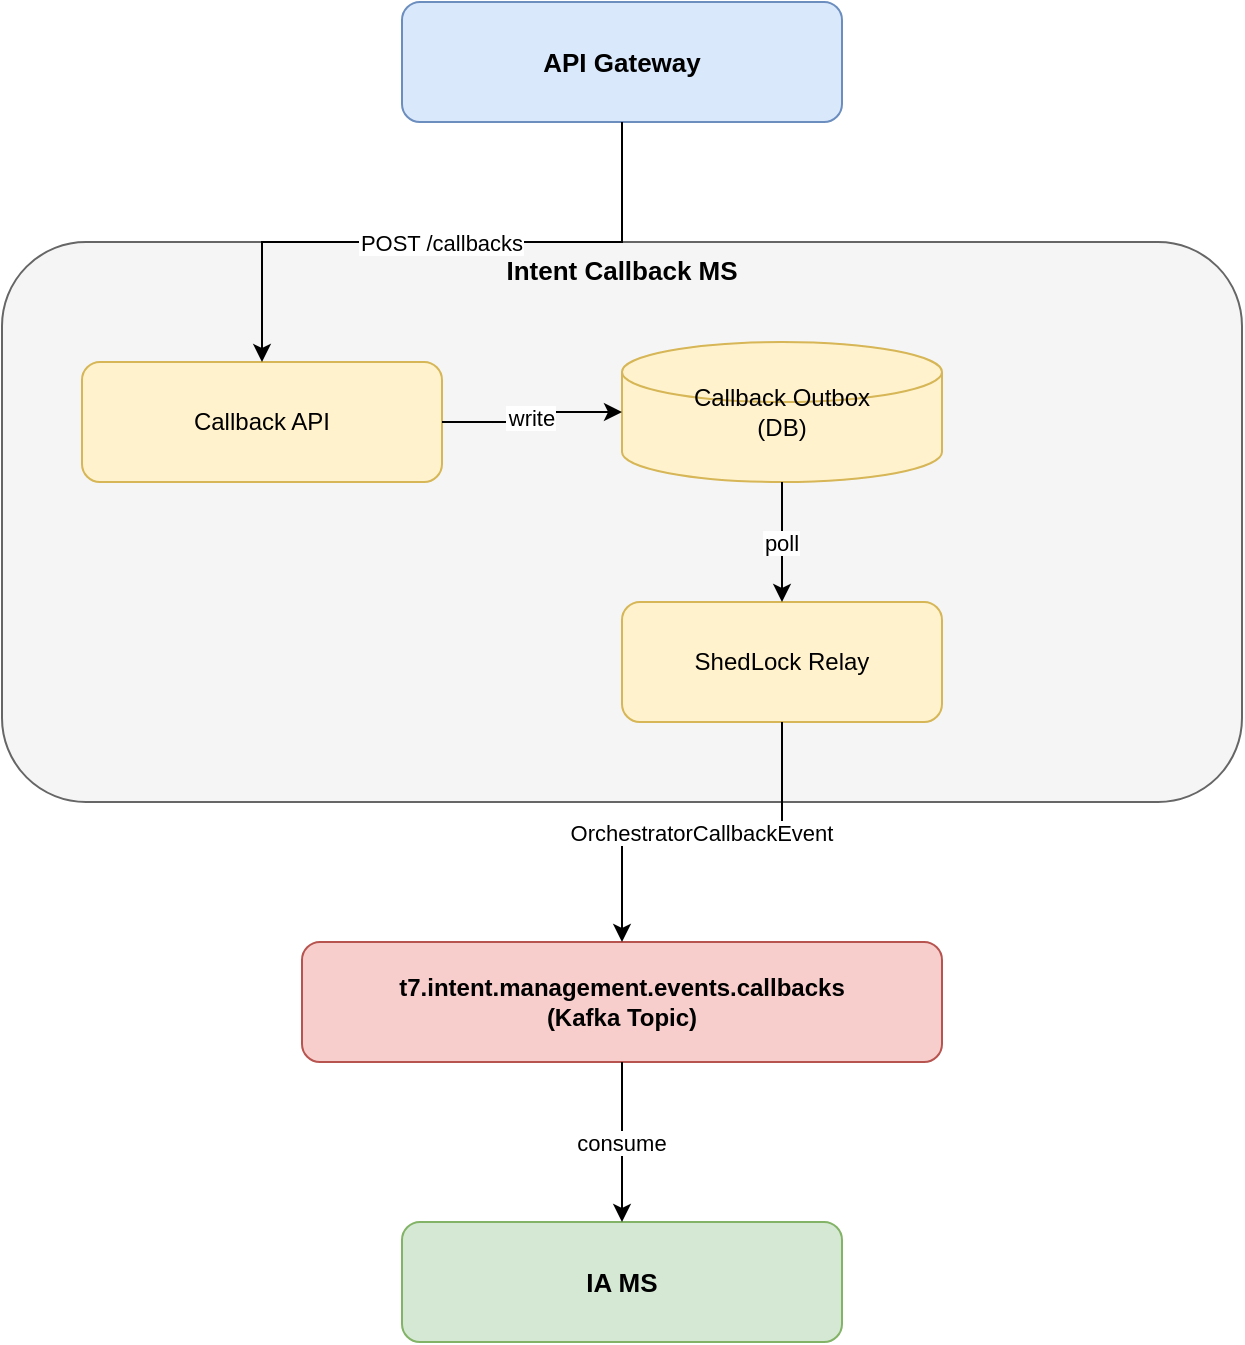
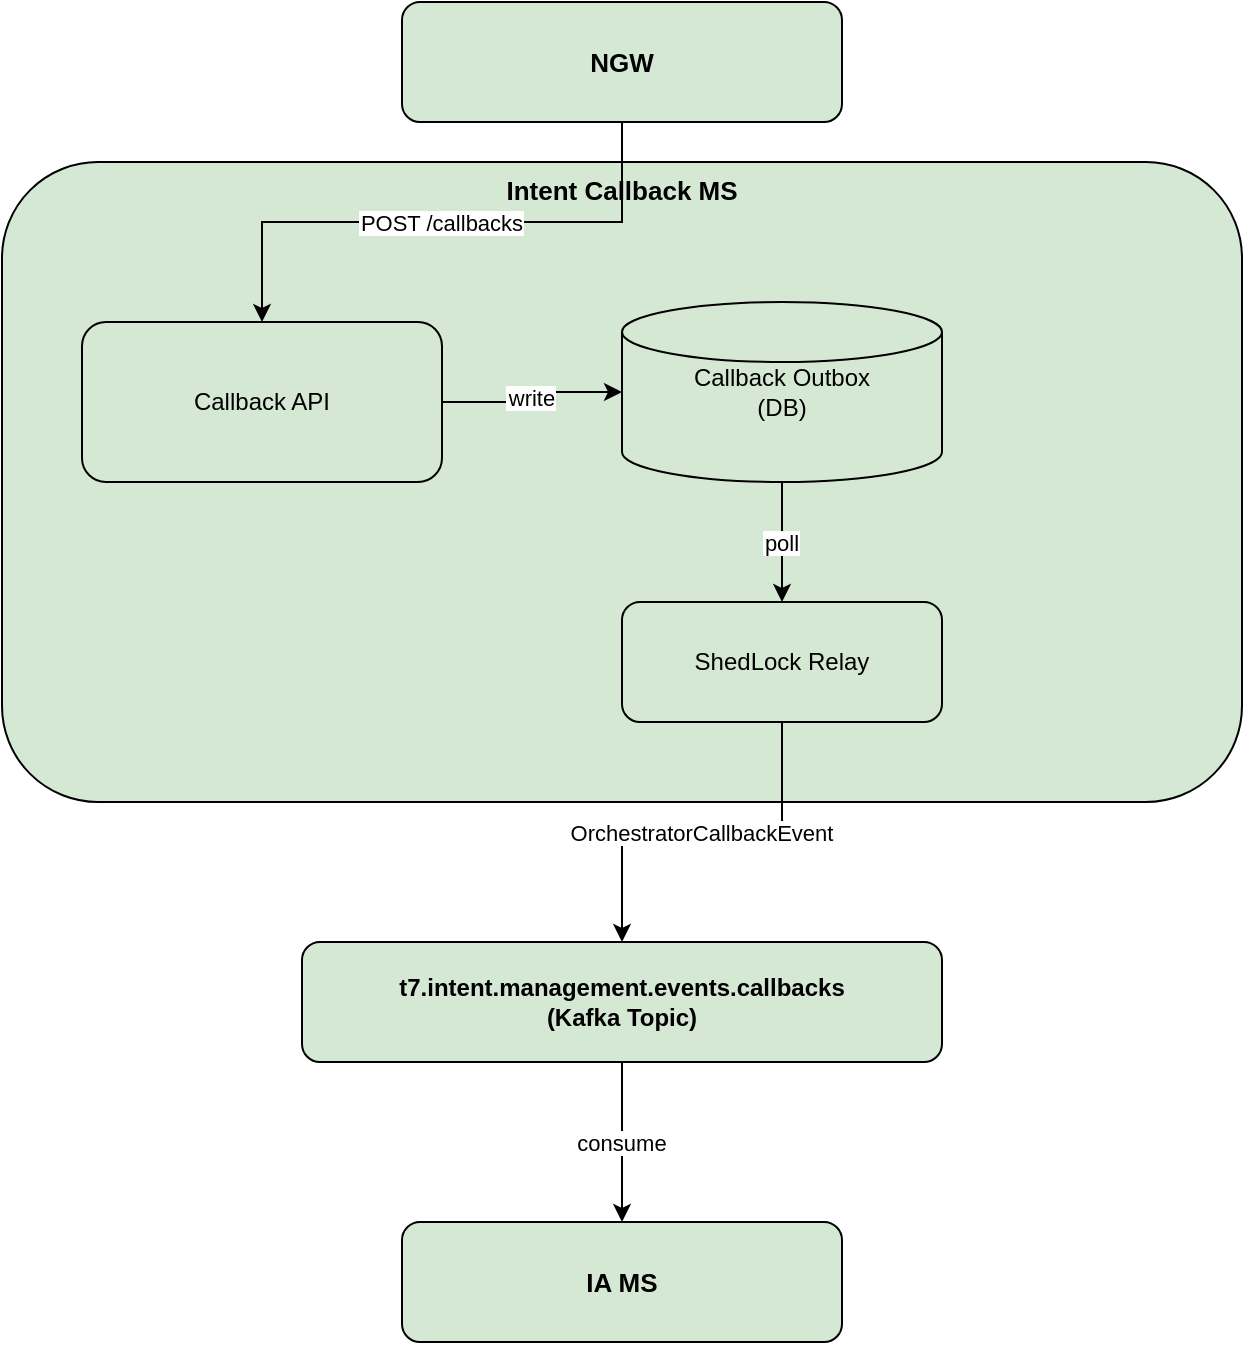
- <mxfile host="app.diagrams.net" version="21.0.0">
-   <diagram name="ICB MS Logical View">
-     <mxGraphModel dx="1200" dy="800" grid="1" gridSize="10" guides="1" tooltips="1" connect="1" arrows="1" fold="1" page="1" pageScale="1" pageWidth="1169" pageHeight="827" math="0" shadow="0">
-       <root>
-         <mxCell id="0" />
-         <mxCell id="1" parent="0" />
- 
-         <!-- API Gateway -->
-         <mxCell id="2" value="API Gateway" style="rounded=1;whiteSpace=wrap;html=1;fillColor=#dae8fc;strokeColor=#6c8ebf;fontStyle=1;fontSize=13;" vertex="1" parent="1">
-           <mxGeometry x="400" y="40" width="220" height="60" as="geometry" />
-         </mxCell>
- 
-         <!-- Intent Callback MS container -->
-         <mxCell id="3" value="Intent Callback MS" style="rounded=1;whiteSpace=wrap;html=1;fillColor=#f5f5f5;strokeColor=#666666;fontStyle=1;fontSize=13;verticalAlign=top;" vertex="1" parent="1">
-           <mxGeometry x="200" y="160" width="620" height="280" as="geometry" />
-         </mxCell>
- 
-         <!-- Callback API -->
-         <mxCell id="4" value="Callback API" style="rounded=1;whiteSpace=wrap;html=1;fillColor=#fff2cc;strokeColor=#d6b656;fontSize=12;" vertex="1" parent="1">
-           <mxGeometry x="240" y="220" width="180" height="60" as="geometry" />
-         </mxCell>
- 
-         <!-- Callback Outbox DB -->
-         <mxCell id="5" value="Callback Outbox&#xa;(DB)" style="shape=cylinder3;whiteSpace=wrap;html=1;fillColor=#fff2cc;strokeColor=#d6b656;fontSize=12;" vertex="1" parent="1">
-           <mxGeometry x="510" y="210" width="160" height="70" as="geometry" />
-         </mxCell>
- 
-         <!-- ShedLock Relay -->
-         <mxCell id="6" value="ShedLock Relay" style="rounded=1;whiteSpace=wrap;html=1;fillColor=#fff2cc;strokeColor=#d6b656;fontSize=12;" vertex="1" parent="1">
-           <mxGeometry x="510" y="340" width="160" height="60" as="geometry" />
-         </mxCell>
- 
-         <!-- Kafka Topic -->
-         <mxCell id="7" value="t7.intent.management.events.callbacks&#xa;(Kafka Topic)" style="rounded=1;whiteSpace=wrap;html=1;fillColor=#f8cecc;strokeColor=#b85450;fontStyle=1;fontSize=12;" vertex="1" parent="1">
-           <mxGeometry x="350" y="510" width="320" height="60" as="geometry" />
-         </mxCell>
- 
-         <!-- IA MS -->
-         <mxCell id="8" value="IA MS" style="rounded=1;whiteSpace=wrap;html=1;fillColor=#d5e8d4;strokeColor=#82b366;fontStyle=1;fontSize=13;" vertex="1" parent="1">
-           <mxGeometry x="400" y="650" width="220" height="60" as="geometry" />
-         </mxCell>
- 
-         <!-- Arrows -->
- 
-         <!-- Gateway to Callback API -->
-         <mxCell id="9" value="POST /callbacks" style="edgeStyle=orthogonalEdgeStyle;rounded=0;orthogonalLoop=1;jettySize=auto;exitX=0.5;exitY=1;entryX=0.5;entryY=0;fontSize=11;" edge="1" source="2" target="4" parent="1">
-           <mxGeometry relative="1" as="geometry" />
-         </mxCell>
- 
-         <!-- Callback API to Outbox -->
-         <mxCell id="10" value="write" style="edgeStyle=orthogonalEdgeStyle;rounded=0;fontSize=11;" edge="1" source="4" target="5" parent="1">
-           <mxGeometry relative="1" as="geometry" />
-         </mxCell>
- 
-         <!-- Outbox to ShedLock -->
-         <mxCell id="11" value="poll" style="edgeStyle=orthogonalEdgeStyle;rounded=0;fontSize=11;" edge="1" source="5" target="6" parent="1">
-           <mxGeometry relative="1" as="geometry" />
-         </mxCell>
- 
-         <!-- ShedLock to Kafka -->
-         <mxCell id="12" value="OrchestratorCallbackEvent" style="edgeStyle=orthogonalEdgeStyle;rounded=0;fontSize=11;" edge="1" source="6" target="7" parent="1">
-           <mxGeometry relative="1" as="geometry" />
-         </mxCell>
- 
-         <!-- Kafka to IA MS -->
-         <mxCell id="13" value="consume" style="edgeStyle=orthogonalEdgeStyle;rounded=0;fontSize=11;" edge="1" source="7" target="8" parent="1">
-           <mxGeometry relative="1" as="geometry" />
-         </mxCell>
- 
-       </root>
-     </mxGraphModel>
-   </diagram>
+ <mxfile host="65bd71144e">
+     <diagram name="ICB MS Logical View" id="0">
+         <mxGraphModel dx="692" dy="633" grid="1" gridSize="10" guides="1" tooltips="1" connect="1" arrows="1" fold="1" page="1" pageScale="1" pageWidth="1169" pageHeight="827" math="0" shadow="0">
+             <root>
+                 <mxCell id="0"/>
+                 <mxCell id="1" parent="0"/>
+                 <mxCell id="2" value="NGW" style="rounded=1;whiteSpace=wrap;html=1;fillColor=#d5e8d4;strokeColor=default;fontStyle=1;fontSize=13;" parent="1" vertex="1">
+                     <mxGeometry x="400" y="40" width="220" height="60" as="geometry"/>
+                 </mxCell>
+                 <mxCell id="3" value="Intent Callback MS" style="rounded=1;whiteSpace=wrap;html=1;fillColor=#d5e8d4;strokeColor=default;fontStyle=1;fontSize=13;verticalAlign=top;" parent="1" vertex="1">
+                     <mxGeometry x="200" y="120" width="620" height="320" as="geometry"/>
+                 </mxCell>
+                 <mxCell id="4" value="Callback API" style="rounded=1;whiteSpace=wrap;html=1;fillColor=#d5e8d4;strokeColor=default;fontSize=12;" parent="1" vertex="1">
+                     <mxGeometry x="240" y="200" width="180" height="80" as="geometry"/>
+                 </mxCell>
+                 <mxCell id="5" value="Callback Outbox&#xa;(DB)" style="shape=cylinder3;whiteSpace=wrap;html=1;fillColor=#d5e8d4;strokeColor=default;fontSize=12;" parent="1" vertex="1">
+                     <mxGeometry x="510" y="190" width="160" height="90" as="geometry"/>
+                 </mxCell>
+                 <mxCell id="6" value="ShedLock Relay" style="rounded=1;whiteSpace=wrap;html=1;fillColor=#d5e8d4;strokeColor=default;fontSize=12;" parent="1" vertex="1">
+                     <mxGeometry x="510" y="340" width="160" height="60" as="geometry"/>
+                 </mxCell>
+                 <mxCell id="7" value="t7.intent.management.events.callbacks&#xa;(Kafka Topic)" style="rounded=1;whiteSpace=wrap;html=1;fillColor=#d5e8d4;strokeColor=default;fontStyle=1;fontSize=12;" parent="1" vertex="1">
+                     <mxGeometry x="350" y="510" width="320" height="60" as="geometry"/>
+                 </mxCell>
+                 <mxCell id="8" value="IA MS" style="rounded=1;whiteSpace=wrap;html=1;fillColor=#d5e8d4;strokeColor=default;fontStyle=1;fontSize=13;" parent="1" vertex="1">
+                     <mxGeometry x="400" y="650" width="220" height="60" as="geometry"/>
+                 </mxCell>
+                 <mxCell id="9" value="POST /callbacks" style="edgeStyle=orthogonalEdgeStyle;rounded=0;orthogonalLoop=1;jettySize=auto;exitX=0.5;exitY=1;entryX=0.5;entryY=0;fontSize=11;fillColor=#d5e8d4;strokeColor=default;" parent="1" source="2" target="4" edge="1">
+                     <mxGeometry relative="1" as="geometry"/>
+                 </mxCell>
+                 <mxCell id="10" value="write" style="edgeStyle=orthogonalEdgeStyle;rounded=0;fontSize=11;fillColor=#d5e8d4;strokeColor=default;" parent="1" source="4" target="5" edge="1">
+                     <mxGeometry relative="1" as="geometry"/>
+                 </mxCell>
+                 <mxCell id="11" value="poll" style="edgeStyle=orthogonalEdgeStyle;rounded=0;fontSize=11;fillColor=#d5e8d4;strokeColor=default;" parent="1" source="5" target="6" edge="1">
+                     <mxGeometry relative="1" as="geometry"/>
+                 </mxCell>
+                 <mxCell id="12" value="OrchestratorCallbackEvent" style="edgeStyle=orthogonalEdgeStyle;rounded=0;fontSize=11;fillColor=#d5e8d4;strokeColor=default;" parent="1" source="6" target="7" edge="1">
+                     <mxGeometry relative="1" as="geometry"/>
+                 </mxCell>
+                 <mxCell id="13" value="consume" style="edgeStyle=orthogonalEdgeStyle;rounded=0;fontSize=11;fillColor=#d5e8d4;strokeColor=default;" parent="1" source="7" target="8" edge="1">
+                     <mxGeometry relative="1" as="geometry"/>
+                 </mxCell>
+             </root>
+         </mxGraphModel>
+     </diagram>
</mxfile>